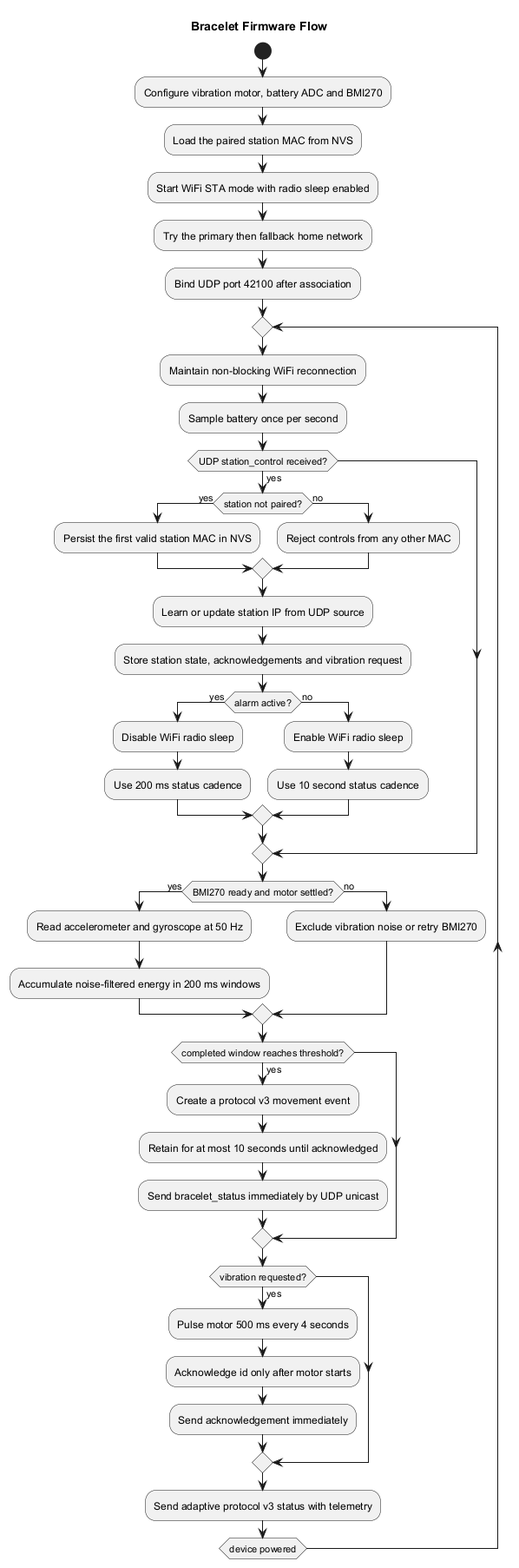
This is code/bracelet/UML/bracelet_firmware_flow.png from Jzn-wbr/Starter, a PlantUML export, as it was before one commit.
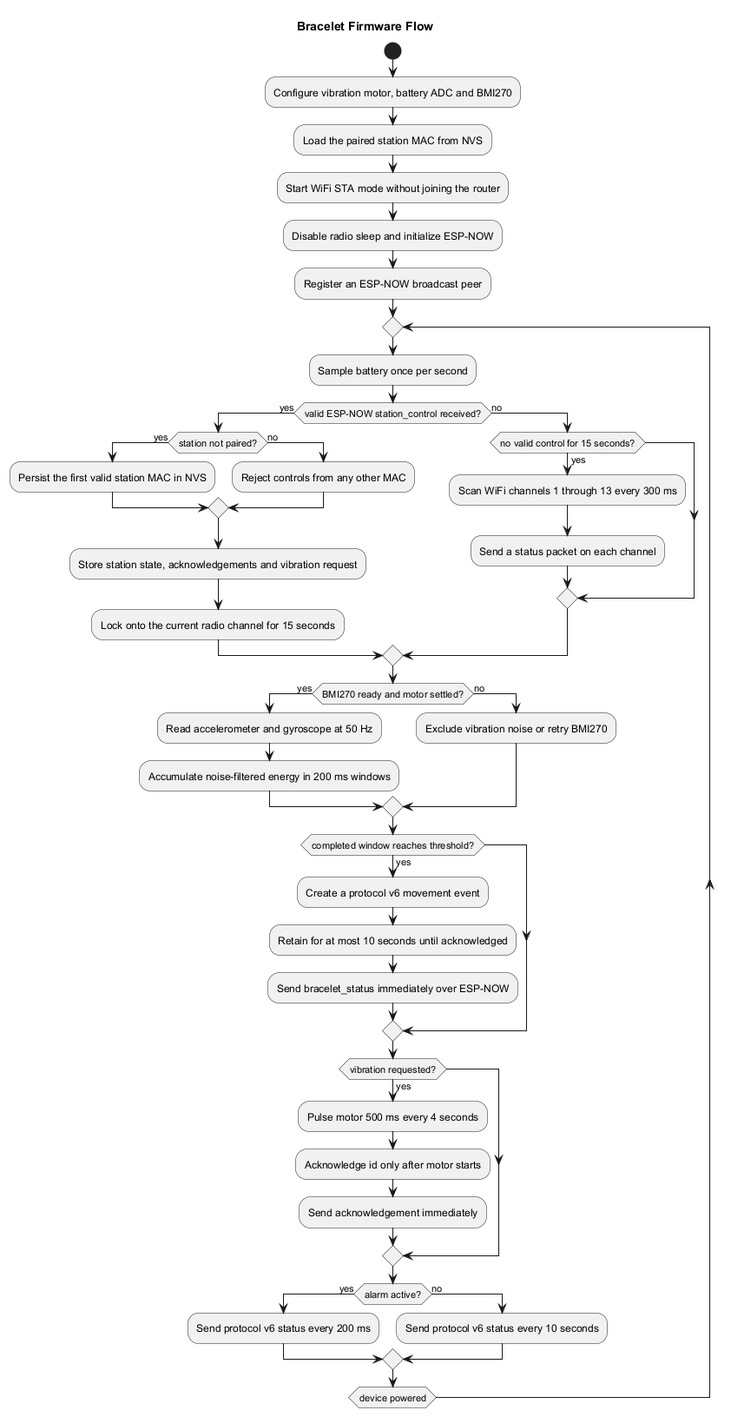
After the change.

Diff of the diagram source:
```diff
@@ -4,28 +4,25 @@
 start
 :Configure vibration motor, battery ADC and BMI270;
 :Load the paired station MAC from NVS;
-:Start WiFi STA mode with radio sleep enabled;
-:Try the primary then fallback home network;
-:Bind UDP port 42100 after association;
+:Start WiFi STA mode without joining the router;
+:Disable radio sleep and initialize ESP-NOW;
+:Register an ESP-NOW broadcast peer;
 
 repeat
-  :Maintain non-blocking WiFi reconnection;
   :Sample battery once per second;
 
-  if (UDP station_control received?) then (yes)
+  if (valid ESP-NOW station_control received?) then (yes)
     if (station not paired?) then (yes)
       :Persist the first valid station MAC in NVS;
     else (no)
       :Reject controls from any other MAC;
     endif
-    :Learn or update station IP from UDP source;
     :Store station state, acknowledgements and vibration request;
-    if (alarm active?) then (yes)
-      :Disable WiFi radio sleep;
-      :Use 200 ms status cadence;
-    else (no)
-      :Enable WiFi radio sleep;
-      :Use 10 second status cadence;
+    :Lock onto the current radio channel for 15 seconds;
+  else (no)
+    if (no valid control for 15 seconds?) then (yes)
+      :Scan WiFi channels 1 through 13 every 300 ms;
+      :Send a status packet on each channel;
     endif
   endif
 
@@ -37,9 +34,9 @@
   endif
 
   if (completed window reaches threshold?) then (yes)
-    :Create a protocol v3 movement event;
+    :Create a protocol v6 movement event;
     :Retain for at most 10 seconds until acknowledged;
-    :Send bracelet_status immediately by UDP unicast;
+    :Send bracelet_status immediately over ESP-NOW;
   endif
 
   if (vibration requested?) then (yes)
@@ -48,7 +45,11 @@
     :Send acknowledgement immediately;
   endif
 
-  :Send adaptive protocol v3 status with telemetry;
+  if (alarm active?) then (yes)
+    :Send protocol v6 status every 200 ms;
+  else (no)
+    :Send protocol v6 status every 10 seconds;
+  endif
 repeat while (device powered)
 
 @enduml
```
